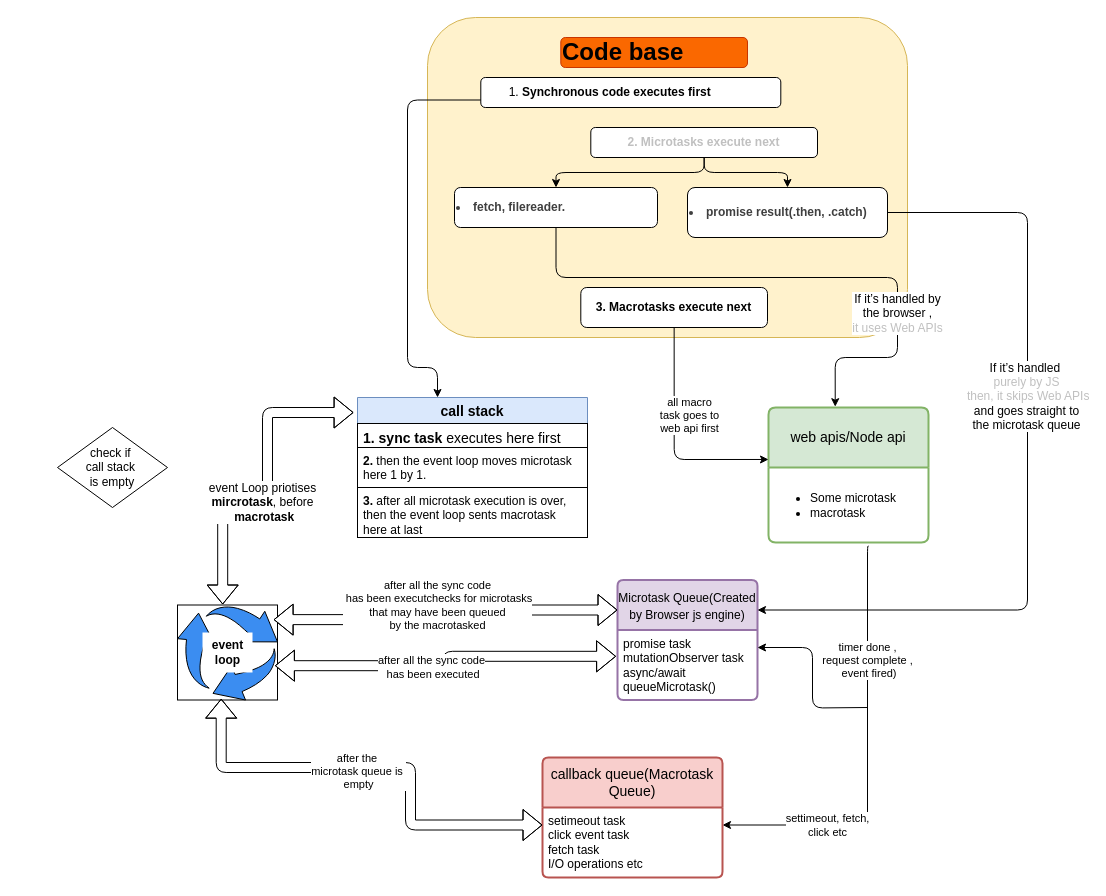
The draw.io diagram jsANDts/jslang/js-media/eventloopinjs.drawio in knkrn5/Programming-Concepts, before the edit. Source tidied: cells renumbered, new cells numbered last; positions are measured from the earlier drawing's top-left corner, leaving out a move shared by most shapes. Both pictures are drawn from the tidied source at 100%, with x=0, y=0 at pixel (57, 17).
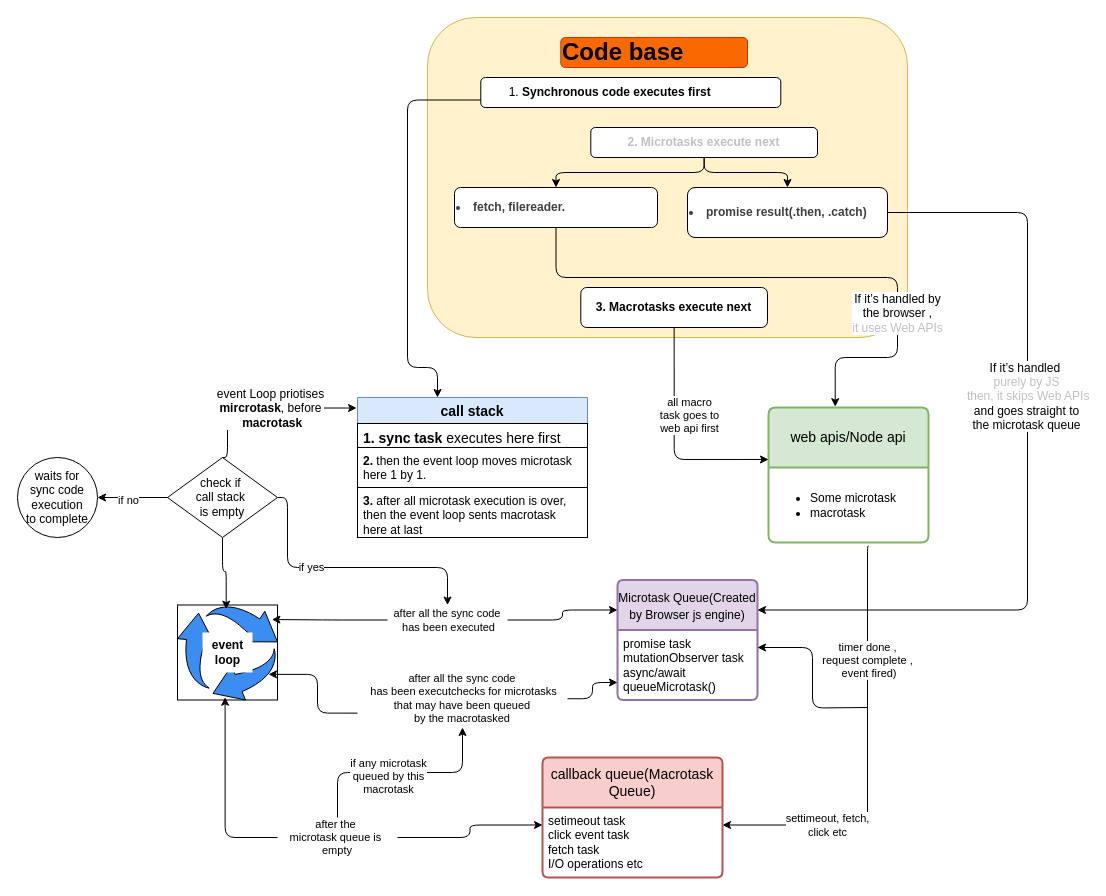
Above is the later version.

Commit message (it also covers changes not shown here):
Implement code changes to enhance functionality and improve performance

Unchanged cells that the change refers to:
```xml
<mxCell id="18" value="setimeout task&lt;div&gt;click event task&lt;/div&gt;&lt;div&gt;fetch task&lt;/div&gt;&lt;div&gt;I/O operations etc&lt;/div&gt;" style="align=left;strokeColor=none;fillColor=none;spacingLeft=4;fontSize=12;verticalAlign=top;html=1;" parent="17" vertex="1">
  <mxGeometry y="50" width="180" height="70" as="geometry" />
</mxCell>
<mxCell id="22" value="call stack" style="swimlane;fontStyle=1;horizontal=1;startSize=26;align=center;fontSize=14;fillColor=#dae8fc;strokeColor=#6c8ebf;" parent="1" vertex="1">
  <mxGeometry x="300" y="380" width="230" height="90" as="geometry" />
</mxCell>
<mxCell id="25" value="&lt;font style=&quot;font-size: 12px;&quot;&gt;Microtask Queue(Created by Browser js engine)&lt;/font&gt;" style="swimlane;horizontal=1;startSize=50;rounded=1;fontSize=14;fontStyle=0;strokeWidth=2;shadow=0;dashed=0;align=center;arcSize=4;whiteSpace=wrap;html=1;fillColor=#e1d5e7;strokeColor=#9673a6;" parent="1" vertex="1">
  <mxGeometry x="560" y="562.5" width="140" height="120" as="geometry" />
</mxCell>
<mxCell id="26" value="promise task&lt;div&gt;mutationObserver task&lt;/div&gt;&lt;div&gt;async/await&lt;/div&gt;&lt;div&gt;queueMicrotask()&lt;/div&gt;" style="align=left;strokeColor=none;fillColor=none;spacingLeft=4;fontSize=12;verticalAlign=top;html=1;" parent="25" vertex="1">
  <mxGeometry y="50" width="140" height="70" as="geometry" />
</mxCell>
<mxCell id="30" style="sketch=0;html=1;strokeColor=default;shadow=0;fillColor=#3B8DF1;verticalAlign=top;labelPosition=center;verticalLabelPosition=bottom;shape=mxgraph.gcp2.arrow_cycle;gradientColor=none;" parent="29" vertex="1">
  <mxGeometry width="100" height="95" as="geometry" />
</mxCell>
```

Diff of the diagram source:
```diff
@@
+    <mxCell id="47" style="edgeStyle=none;html=1;" parent="1" edge="1" source="38" target="61">
+      <mxGeometry relative="1" as="geometry" />
+    </mxCell>
+    <mxCell id="48" value="if no" style="edgeLabel;html=1;align=center;verticalAlign=middle;" parent="47" vertex="1">
+      <mxGeometry x="0.13" y="2" relative="1" as="geometry" />
+    </mxCell>
     <mxCell id="38" value="check if&amp;nbsp;&lt;div&gt;call stack&amp;nbsp;&lt;/div&gt;&lt;div&gt;is empty&lt;/div&gt;" style="rhombus;whiteSpace=wrap;html=1;" parent="1" vertex="1">
-      <mxGeometry y="410" width="110" height="80" as="geometry" />
+      <mxGeometry x="110" y="440" width="110" height="80" as="geometry" />
     </mxCell>
-    <mxCell id="39" style="shape=flexArrow;endArrow=classic;startArrow=classic;html=1;flowAnimation=1;entryX=-0.01;entryY=0.376;entryDx=0;entryDy=0;entryPerimeter=0;exitX=0.974;exitY=0.639;exitDx=0;exitDy=0;exitPerimeter=0;edgeStyle=orthogonalEdgeStyle;fillColor=default;" parent="1" edge="1" source="30" target="26">
-      <mxGeometry relative="1" as="geometry" />
-    </mxCell>
+    <mxCell id="49" style="endArrow=classic;html=1;entryX=0.487;entryY=0.044;entryDx=0;entryDy=0;entryPerimeter=0;exitX=0.5;exitY=1;exitDx=0;exitDy=0;edgeStyle=orthogonalEdgeStyle;flowAnimation=1;" parent="1" edge="1" source="38" target="30">
+      <mxGeometry relative="1" as="geometry" />
+    </mxCell>
+    <mxCell id="50" style="endArrow=classic;html=1;entryX=-0.004;entryY=0.117;entryDx=0;entryDy=0;entryPerimeter=0;exitX=0.5;exitY=0;exitDx=0;exitDy=0;edgeStyle=orthogonalEdgeStyle;flowAnimation=1;" parent="1" edge="1" source="38" target="22">
+      <mxGeometry relative="1" as="geometry">
+        <Array as="points">
+          <mxPoint x="170" y="440" />
+          <mxPoint x="170" y="390" />
+        </Array>
+      </mxGeometry>
+    </mxCell>
+    <mxCell id="46" value="&lt;span style=&quot;scrollbar-color: rgb(75, 75, 75) rgb(27, 29, 30); font-size: 12px;&quot;&gt;&lt;font style=&quot;color: light-dark(rgb(0, 0, 0), rgb(255, 255, 255));&quot;&gt;event Loop priotises&lt;/font&gt;&lt;/span&gt;&lt;div style=&quot;scrollbar-color: rgb(75, 75, 75) rgb(27, 29, 30); font-size: 12px;&quot;&gt;&lt;font style=&quot;scrollbar-color: rgb(75, 75, 75) rgb(27, 29, 30); color: light-dark(rgb(0, 0, 0), rgb(255, 255, 255));&quot;&gt;&lt;b style=&quot;scrollbar-color: rgb(75, 75, 75) rgb(27, 29, 30);&quot;&gt;mircrotask&lt;/b&gt;&lt;span style=&quot;scrollbar-color: rgb(75, 75, 75) rgb(27, 29, 30);&quot;&gt;, before&lt;/span&gt;&lt;/font&gt;&lt;/div&gt;&lt;div style=&quot;scrollbar-color: rgb(75, 75, 75) rgb(27, 29, 30); font-size: 12px;&quot;&gt;&lt;font style=&quot;scrollbar-color: rgb(75, 75, 75) rgb(27, 29, 30); color: light-dark(rgb(0, 0, 0), rgb(255, 255, 255));&quot;&gt;&lt;span style=&quot;scrollbar-color: rgb(75, 75, 75) rgb(27, 29, 30);&quot;&gt;&amp;nbsp;&lt;/span&gt;&lt;b style=&quot;scrollbar-color: rgb(75, 75, 75) rgb(27, 29, 30);&quot;&gt;macrotask&lt;/b&gt;&lt;/font&gt;&lt;/div&gt;" style="edgeLabel;html=1;align=center;verticalAlign=middle;" parent="50" vertex="1">
+      <mxGeometry x="0.06" relative="1" as="geometry" />
+    </mxCell>
+    <mxCell id="51" style="endArrow=classic;html=1;exitX=1;exitY=0.5;exitDx=0;exitDy=0;flowAnimation=1;entryX=0.5;entryY=0;entryDx=0;entryDy=0;edgeStyle=orthogonalEdgeStyle;" parent="1" edge="1" source="38" target="40">
+      <mxGeometry relative="1" as="geometry">
+        <Array as="points">
+          <mxPoint x="230" y="550" />
+          <mxPoint x="390" y="550" />
+        </Array>
+      </mxGeometry>
+    </mxCell>
+    <mxCell id="52" value="if yes" style="edgeLabel;html=1;align=center;verticalAlign=middle;" parent="51" vertex="1">
+      <mxGeometry x="-0.26" y="1" relative="1" as="geometry" />
+    </mxCell>
+    <mxCell id="53" style="edgeStyle=orthogonalEdgeStyle;html=1;entryX=0;entryY=0.25;entryDx=0;entryDy=0;flowAnimation=1;" parent="1" edge="1" source="40" target="25">
+      <mxGeometry relative="1" as="geometry" />
+    </mxCell>
+    <mxCell id="54" style="edgeStyle=orthogonalEdgeStyle;html=1;entryX=0.944;entryY=0.153;entryDx=0;entryDy=0;entryPerimeter=0;flowAnimation=1;" parent="1" edge="1" source="40" target="30">
+      <mxGeometry relative="1" as="geometry" />
+    </mxCell>
-    <mxCell id="40" value="&lt;div style=&quot;scrollbar-color: rgb(75, 75, 75) rgb(27, 29, 30);&quot;&gt;&lt;font style=&quot;scrollbar-color: rgb(75, 75, 75) rgb(27, 29, 30); color: light-dark(rgb(0, 0, 0), rgb(255, 255, 255));&quot;&gt;after all the sync code&lt;/font&gt;&lt;/div&gt;&lt;div style=&quot;scrollbar-color: rgb(75, 75, 75) rgb(27, 29, 30);&quot;&gt;&lt;font style=&quot;scrollbar-color: rgb(75, 75, 75) rgb(27, 29, 30); color: light-dark(rgb(0, 0, 0), rgb(255, 255, 255));&quot;&gt;&lt;font style=&quot;scrollbar-color: rgb(75, 75, 75) rgb(27, 29, 30);&quot;&gt;&amp;nbsp;has been&amp;nbsp;&lt;/font&gt;&lt;span style=&quot;scrollbar-color: rgb(75, 75, 75) rgb(27, 29, 30);&quot;&gt;&lt;font style=&quot;scrollbar-color: rgb(75, 75, 75) rgb(27, 29, 30);&quot;&gt;executed&lt;/font&gt;&lt;/span&gt;&lt;/font&gt;&lt;/div&gt;" style="edgeLabel;html=1;align=center;verticalAlign=middle;points=[];" parent="39" vertex="1">
-      <mxGeometry x="0.08" y="-1" relative="1" as="geometry">
-        <mxPoint x="-23" y="10" as="offset" />
-      </mxGeometry>
+    <mxCell id="40" value="&lt;div style=&quot;scrollbar-color: rgb(75, 75, 75) rgb(27, 29, 30); font-size: 11px; text-wrap-mode: nowrap;&quot;&gt;&lt;font style=&quot;scrollbar-color: rgb(75, 75, 75) rgb(27, 29, 30); color: light-dark(rgb(0, 0, 0), rgb(255, 255, 255)); background-color: light-dark(#ffffff, var(--ge-dark-color, #121212));&quot;&gt;after all the sync code&lt;/font&gt;&lt;/div&gt;&lt;div style=&quot;scrollbar-color: rgb(75, 75, 75) rgb(27, 29, 30); font-size: 11px; text-wrap-mode: nowrap;&quot;&gt;&lt;font style=&quot;scrollbar-color: rgb(75, 75, 75) rgb(27, 29, 30); color: light-dark(rgb(0, 0, 0), rgb(255, 255, 255)); background-color: light-dark(#ffffff, var(--ge-dark-color, #121212));&quot;&gt;&lt;font style=&quot;scrollbar-color: rgb(75, 75, 75) rgb(27, 29, 30);&quot;&gt;&amp;nbsp;has been&amp;nbsp;&lt;/font&gt;&lt;span style=&quot;scrollbar-color: rgb(75, 75, 75) rgb(27, 29, 30);&quot;&gt;&lt;font style=&quot;scrollbar-color: rgb(75, 75, 75) rgb(27, 29, 30);&quot;&gt;executed&lt;/font&gt;&lt;/span&gt;&lt;/font&gt;&lt;/div&gt;" style="text;html=1;align=center;verticalAlign=middle;whiteSpace=wrap;rounded=0;" parent="1" vertex="1">
+      <mxGeometry x="330" y="587.5" width="120" height="30" as="geometry" />
     </mxCell>
-    <mxCell id="41" style="shape=flexArrow;endArrow=classic;startArrow=classic;html=1;flowAnimation=1;exitX=0.961;exitY=0.154;exitDx=0;exitDy=0;exitPerimeter=0;edgeStyle=orthogonalEdgeStyle;fillColor=default;entryX=0;entryY=0.25;entryDx=0;entryDy=0;" parent="1" edge="1" source="30" target="25">
-      <mxGeometry relative="1" as="geometry">
-        <Array as="points">
-          <mxPoint x="390" y="602" />
-          <mxPoint x="390" y="592" />
-        </Array>
-      </mxGeometry>
-    </mxCell>
+    <mxCell id="55" style="edgeStyle=orthogonalEdgeStyle;html=1;exitX=1;exitY=0.5;exitDx=0;exitDy=0;entryX=0;entryY=0.75;entryDx=0;entryDy=0;flowAnimation=1;" parent="1" edge="1" source="42" target="26">
+      <mxGeometry relative="1" as="geometry" />
+    </mxCell>
-    <mxCell id="42" value="&lt;div style=&quot;scrollbar-color: rgb(75, 75, 75) rgb(27, 29, 30);&quot;&gt;&lt;font style=&quot;scrollbar-color: rgb(75, 75, 75) rgb(27, 29, 30); color: light-dark(rgb(0, 0, 0), rgb(255, 255, 255));&quot;&gt;after all the sync code&lt;/font&gt;&lt;/div&gt;&lt;div style=&quot;scrollbar-color: rgb(75, 75, 75) rgb(27, 29, 30);&quot;&gt;&lt;font style=&quot;&quot;&gt;&lt;font style=&quot;scrollbar-color: rgb(75, 75, 75) rgb(27, 29, 30);&quot;&gt;&lt;font style=&quot;color: light-dark(rgb(0, 0, 0), rgb(255, 255, 255)); scrollbar-color: rgb(75, 75, 75) rgb(27, 29, 30);&quot;&gt;&amp;nbsp;has been&amp;nbsp;&lt;/font&gt;&lt;span style=&quot;scrollbar-color: rgb(75, 75, 75) rgb(27, 29, 30);&quot;&gt;&lt;font style=&quot;scrollbar-color: rgb(75, 75, 75) rgb(27, 29, 30); color: light-dark(rgb(0, 0, 0), rgb(255, 255, 255));&quot;&gt;execut&lt;/font&gt;&lt;/span&gt;&lt;/font&gt;&lt;span style=&quot;background-color: light-dark(#ffffff, var(--ge-dark-color, #121212));&quot;&gt;&lt;font style=&quot;color: light-dark(rgb(0, 0, 0), rgb(255, 255, 255));&quot;&gt;checks for microtasks&lt;/font&gt;&lt;/span&gt;&lt;/font&gt;&lt;/div&gt;&lt;div style=&quot;scrollbar-color: rgb(75, 75, 75) rgb(27, 29, 30); color: rgb(192, 192, 192);&quot;&gt;&lt;font style=&quot;scrollbar-color: rgb(75, 75, 75) rgb(27, 29, 30); color: light-dark(rgb(0, 0, 0), rgb(255, 255, 255));&quot;&gt;&amp;nbsp;that may have been queued&amp;nbsp;&lt;/font&gt;&lt;/div&gt;&lt;div style=&quot;scrollbar-color: rgb(75, 75, 75) rgb(27, 29, 30);&quot;&gt;&lt;font style=&quot;scrollbar-color: rgb(75, 75, 75) rgb(27, 29, 30);&quot;&gt;&lt;span style=&quot;scrollbar-color: rgb(75, 75, 75) rgb(27, 29, 30);&quot;&gt;&lt;font style=&quot;scrollbar-color: rgb(75, 75, 75) rgb(27, 29, 30); color: light-dark(rgb(0, 0, 0), rgb(255, 255, 255));&quot;&gt;&lt;span style=&quot;background-color: light-dark(#ffffff, var(--ge-dark-color, #121212));&quot;&gt;by the macrotask&lt;/span&gt;ed&lt;/font&gt;&lt;/span&gt;&lt;/font&gt;&lt;/div&gt;" style="edgeLabel;html=1;align=center;verticalAlign=middle;points=[];" parent="41" vertex="1">
-      <mxGeometry x="0.08" y="-1" relative="1" as="geometry">
-        <mxPoint x="-18" y="-6" as="offset" />
-      </mxGeometry>
+    <mxCell id="42" value="&lt;div style=&quot;scrollbar-color: rgb(75, 75, 75) rgb(27, 29, 30); font-size: 11px; text-wrap-mode: nowrap;&quot;&gt;&lt;div style=&quot;scrollbar-color: rgb(75, 75, 75) rgb(27, 29, 30);&quot;&gt;&lt;font style=&quot;scrollbar-color: rgb(75, 75, 75) rgb(27, 29, 30); color: light-dark(rgb(0, 0, 0), rgb(255, 255, 255)); background-color: light-dark(#ffffff, var(--ge-dark-color, #121212));&quot;&gt;after all the sync code&lt;/font&gt;&lt;/div&gt;&lt;div style=&quot;scrollbar-color: rgb(75, 75, 75) rgb(27, 29, 30);&quot;&gt;&lt;font style=&quot;scrollbar-color: rgb(75, 75, 75) rgb(27, 29, 30); color: light-dark(rgb(0, 0, 0), rgb(255, 255, 255)); background-color: light-dark(#ffffff, var(--ge-dark-color, #121212));&quot;&gt;&lt;font style=&quot;scrollbar-color: rgb(75, 75, 75) rgb(27, 29, 30);&quot;&gt;&lt;font style=&quot;scrollbar-color: rgb(75, 75, 75) rgb(27, 29, 30);&quot;&gt;&amp;nbsp;has been&amp;nbsp;&lt;/font&gt;&lt;span style=&quot;scrollbar-color: rgb(75, 75, 75) rgb(27, 29, 30);&quot;&gt;&lt;font style=&quot;scrollbar-color: rgb(75, 75, 75) rgb(27, 29, 30);&quot;&gt;execut&lt;/font&gt;&lt;/span&gt;&lt;/font&gt;&lt;span style=&quot;scrollbar-color: rgb(75, 75, 75) rgb(27, 29, 30);&quot;&gt;&lt;font style=&quot;scrollbar-color: rgb(75, 75, 75) rgb(27, 29, 30);&quot;&gt;checks for microtasks&lt;/font&gt;&lt;/span&gt;&lt;/font&gt;&lt;/div&gt;&lt;div style=&quot;scrollbar-color: rgb(75, 75, 75) rgb(27, 29, 30);&quot;&gt;&lt;font style=&quot;scrollbar-color: rgb(75, 75, 75) rgb(27, 29, 30); color: light-dark(rgb(0, 0, 0), rgb(255, 255, 255)); background-color: light-dark(#ffffff, var(--ge-dark-color, #121212));&quot;&gt;&amp;nbsp;that may have been queued&amp;nbsp;&lt;/font&gt;&lt;/div&gt;&lt;div style=&quot;scrollbar-color: rgb(75, 75, 75) rgb(27, 29, 30);&quot;&gt;&lt;font style=&quot;scrollbar-color: rgb(75, 75, 75) rgb(27, 29, 30); color: light-dark(rgb(0, 0, 0), rgb(255, 255, 255)); background-color: light-dark(#ffffff, var(--ge-dark-color, #121212));&quot;&gt;&lt;span style=&quot;scrollbar-color: rgb(75, 75, 75) rgb(27, 29, 30);&quot;&gt;by the macrotask&lt;/span&gt;ed&lt;/font&gt;&lt;/div&gt;&lt;/div&gt;" style="text;html=1;align=center;verticalAlign=middle;whiteSpace=wrap;rounded=0;" parent="1" vertex="1">
+      <mxGeometry x="300" y="652.5" width="210" height="57.5" as="geometry" />
     </mxCell>
-    <mxCell id="43" style="shape=flexArrow;endArrow=classic;startArrow=block;html=1;flowAnimation=1;rounded=1;entryX=0;entryY=0.25;entryDx=0;entryDy=0;exitX=0.437;exitY=0.986;exitDx=0;exitDy=0;exitPerimeter=0;edgeStyle=orthogonalEdgeStyle;startFill=0;" parent="1" edge="1" source="30" target="18">
-      <mxGeometry relative="1" as="geometry">
-        <Array as="points">
-          <mxPoint x="164" y="750" />
-          <mxPoint x="353" y="750" />
-          <mxPoint x="353" y="808" />
-        </Array>
-      </mxGeometry>
-    </mxCell>
+    <mxCell id="56" style="edgeStyle=orthogonalEdgeStyle;html=1;exitX=1;exitY=0.5;exitDx=0;exitDy=0;entryX=0;entryY=0.25;entryDx=0;entryDy=0;flowAnimation=1;" parent="1" edge="1" source="44" target="18">
+      <mxGeometry relative="1" as="geometry" />
+    </mxCell>
+    <mxCell id="57" style="edgeStyle=orthogonalEdgeStyle;html=1;exitX=0.5;exitY=0;exitDx=0;exitDy=0;entryX=0.5;entryY=1;entryDx=0;entryDy=0;flowAnimation=1;" parent="1" edge="1" source="44" target="42">
+      <mxGeometry relative="1" as="geometry" />
+    </mxCell>
+    <mxCell id="58" value="if any microtask&lt;div&gt;queued by this&lt;/div&gt;&lt;div&gt;macrotask&lt;/div&gt;" style="edgeLabel;html=1;align=center;verticalAlign=middle;" parent="57" vertex="1">
+      <mxGeometry x="-0.12" y="-3" relative="1" as="geometry" />
+    </mxCell>
-    <mxCell id="44" value="&lt;font style=&quot;scrollbar-color: rgb(75, 75, 75) rgb(27, 29, 30); color: light-dark(rgb(0, 0, 0), rgb(255, 255, 255));&quot;&gt;after the&amp;nbsp;&lt;/font&gt;&lt;div style=&quot;scrollbar-color: rgb(75, 75, 75) rgb(27, 29, 30);&quot;&gt;&lt;font style=&quot;scrollbar-color: rgb(75, 75, 75) rgb(27, 29, 30); color: light-dark(rgb(0, 0, 0), rgb(255, 255, 255));&quot;&gt;microtask queue is&amp;nbsp;&lt;/font&gt;&lt;/div&gt;&lt;div style=&quot;scrollbar-color: rgb(75, 75, 75) rgb(27, 29, 30);&quot;&gt;&lt;font style=&quot;scrollbar-color: rgb(75, 75, 75) rgb(27, 29, 30); color: light-dark(rgb(0, 0, 0), rgb(255, 255, 255));&quot;&gt;empty&lt;/font&gt;&lt;/div&gt;" style="edgeLabel;html=1;align=center;verticalAlign=middle;points=[];" parent="43" vertex="1">
-      <mxGeometry x="-0.08" y="-3" relative="1" as="geometry" />
+    <mxCell id="44" value="&lt;div style=&quot;scrollbar-color: rgb(75, 75, 75) rgb(27, 29, 30); font-size: 11px; text-wrap-mode: nowrap;&quot;&gt;&lt;font style=&quot;scrollbar-color: rgb(75, 75, 75) rgb(27, 29, 30);&quot;&gt;after the&amp;nbsp;&lt;/font&gt;&lt;div style=&quot;scrollbar-color: rgb(75, 75, 75) rgb(27, 29, 30);&quot;&gt;&lt;font style=&quot;scrollbar-color: rgb(75, 75, 75) rgb(27, 29, 30); color: light-dark(rgb(0, 0, 0), rgb(255, 255, 255));&quot;&gt;microtask queue is&amp;nbsp;&lt;/font&gt;&lt;/div&gt;&lt;div style=&quot;scrollbar-color: rgb(75, 75, 75) rgb(27, 29, 30);&quot;&gt;&lt;font style=&quot;scrollbar-color: rgb(75, 75, 75) rgb(27, 29, 30); color: light-dark(rgb(0, 0, 0), rgb(255, 255, 255));&quot;&gt;empty&lt;/font&gt;&lt;/div&gt;&lt;/div&gt;" style="text;html=1;align=center;verticalAlign=middle;whiteSpace=wrap;rounded=0;" parent="1" vertex="1">
+      <mxGeometry x="220" y="800" width="120" height="40" as="geometry" />
     </mxCell>
-    <mxCell id="45" style="shape=flexArrow;endArrow=classic;startArrow=classic;html=1;flowAnimation=1;entryX=-0.017;entryY=0.167;entryDx=0;entryDy=0;entryPerimeter=0;exitX=0.452;exitY=-0.005;exitDx=0;exitDy=0;exitPerimeter=0;edgeStyle=orthogonalEdgeStyle;" parent="1" edge="1" source="30" target="22">
-      <mxGeometry relative="1" as="geometry">
-        <Array as="points">
-          <mxPoint x="165" y="480" />
-          <mxPoint x="210" y="480" />
-          <mxPoint x="210" y="395" />
-        </Array>
-      </mxGeometry>
-    </mxCell>
-    <mxCell id="46" value="&lt;span style=&quot;scrollbar-color: rgb(75, 75, 75) rgb(27, 29, 30); font-size: 12px;&quot;&gt;&lt;font style=&quot;color: light-dark(rgb(0, 0, 0), rgb(255, 255, 255));&quot;&gt;event Loop priotises&lt;/font&gt;&lt;/span&gt;&lt;div style=&quot;scrollbar-color: rgb(75, 75, 75) rgb(27, 29, 30); font-size: 12px;&quot;&gt;&lt;font style=&quot;scrollbar-color: rgb(75, 75, 75) rgb(27, 29, 30); color: light-dark(rgb(0, 0, 0), rgb(255, 255, 255));&quot;&gt;&lt;b style=&quot;scrollbar-color: rgb(75, 75, 75) rgb(27, 29, 30);&quot;&gt;mircrotask&lt;/b&gt;&lt;span style=&quot;scrollbar-color: rgb(75, 75, 75) rgb(27, 29, 30);&quot;&gt;, before&lt;/span&gt;&lt;/font&gt;&lt;/div&gt;&lt;div style=&quot;scrollbar-color: rgb(75, 75, 75) rgb(27, 29, 30); font-size: 12px;&quot;&gt;&lt;font style=&quot;scrollbar-color: rgb(75, 75, 75) rgb(27, 29, 30); color: light-dark(rgb(0, 0, 0), rgb(255, 255, 255));&quot;&gt;&lt;span style=&quot;scrollbar-color: rgb(75, 75, 75) rgb(27, 29, 30);&quot;&gt;&amp;nbsp;&lt;/span&gt;&lt;b style=&quot;scrollbar-color: rgb(75, 75, 75) rgb(27, 29, 30);&quot;&gt;macrotask&lt;/b&gt;&lt;/font&gt;&lt;/div&gt;" style="edgeLabel;html=1;align=center;verticalAlign=middle;" parent="45" vertex="1">
-      <mxGeometry x="-0.09" y="-4" relative="1" as="geometry">
-        <mxPoint x="-1" as="offset" />
-      </mxGeometry>
-    </mxCell>
+    <mxCell id="59" style="edgeStyle=orthogonalEdgeStyle;html=1;exitX=0;exitY=0.5;exitDx=0;exitDy=0;entryX=0.476;entryY=0.971;entryDx=0;entryDy=0;entryPerimeter=0;flowAnimation=1;" parent="1" edge="1" source="44" target="30">
+      <mxGeometry relative="1" as="geometry" />
+    </mxCell>
+    <mxCell id="60" style="edgeStyle=orthogonalEdgeStyle;html=1;exitX=0;exitY=0.75;exitDx=0;exitDy=0;entryX=0.91;entryY=0.73;entryDx=0;entryDy=0;entryPerimeter=0;flowAnimation=1;" parent="1" edge="1" source="42" target="30">
+      <mxGeometry relative="1" as="geometry" />
+    </mxCell>
+    <mxCell id="61" value="waits for&lt;div&gt;sync code&lt;/div&gt;&lt;div&gt;execution&lt;/div&gt;&lt;div&gt;to complete&lt;/div&gt;" style="ellipse;whiteSpace=wrap;html=1;" parent="1" vertex="1">
+      <mxGeometry x="-40" y="440" width="80" height="80" as="geometry" />
+    </mxCell>
```
